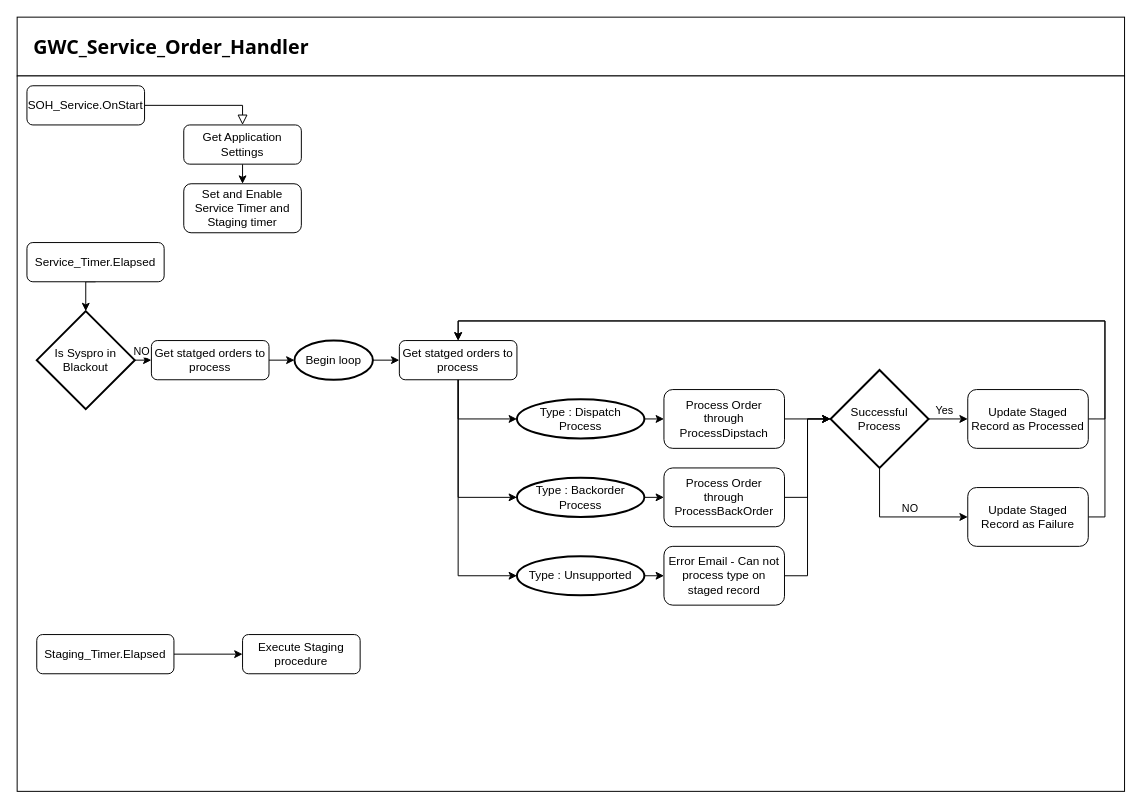
Before: page "Main Service Routine" (2 of 4) of Tickets/Normal Tickets/Ticket 32322 - SCT PO Automation/NewVersionSOHservice.drawio in DevJustinP/WIP, a draw.io diagram. Source tidied: cells renumbered, new cells numbered last; positions are measured from the earlier drawing's top-left corner, leaving out a move shared by most shapes. Both pictures are drawn from the tidied source at 98%, with x=0, y=0 at pixel (17, 17).
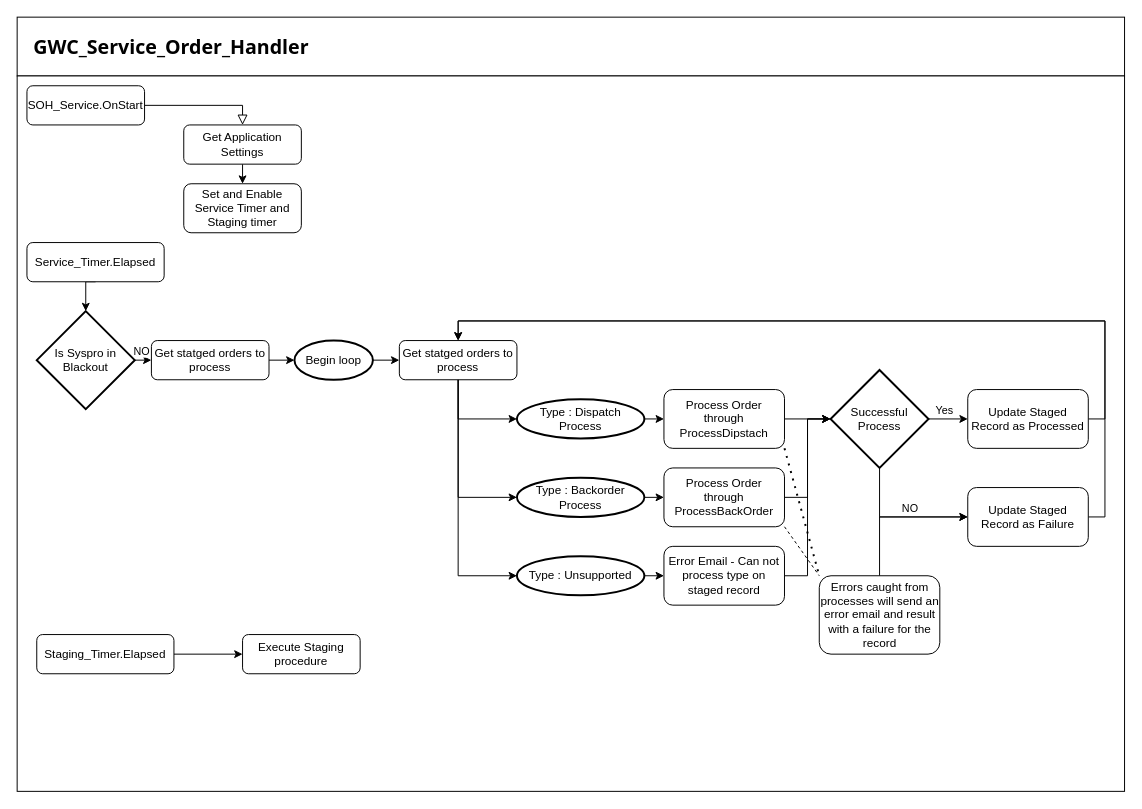
Above is the later version.

Unchanged cells that the change refers to:
```xml
<mxCell id="29" value="Process Order through ProcessDipstach" style="rounded=1;whiteSpace=wrap;html=1;fontSize=12;glass=0;strokeWidth=1;shadow=0;" parent="1" vertex="1">
  <mxGeometry x="660" y="380" width="123" height="60" as="geometry" />
</mxCell>
<mxCell id="31" value="Process Order through ProcessBackOrder" style="rounded=1;whiteSpace=wrap;html=1;fontSize=12;glass=0;strokeWidth=1;shadow=0;" parent="1" vertex="1">
  <mxGeometry x="660" y="460" width="123" height="60" as="geometry" />
</mxCell>
<mxCell id="42" value="Update Staged Record as Failure" style="rounded=1;whiteSpace=wrap;html=1;fontSize=12;glass=0;strokeWidth=1;shadow=0;" parent="1" vertex="1">
  <mxGeometry x="970" y="480" width="123" height="60" as="geometry" />
</mxCell>
```

What changed in the source:
```diff
@@
+    <mxCell id="47" style="endArrow=none;dashed=1;html=1;fontSize=20;exitX=1;exitY=1;exitDx=0;exitDy=0;entryX=0;entryY=0;entryDx=0;entryDy=0;" parent="1" edge="1" source="31" target="49">
+      <mxGeometry relative="1" as="geometry" />
+    </mxCell>
+    <mxCell id="48" style="edgeStyle=none;html=1;exitX=0.5;exitY=0;exitDx=0;exitDy=0;entryX=0;entryY=0.5;entryDx=0;entryDy=0;fontSize=20;rounded=0;" parent="1" edge="1" source="49" target="42">
+      <mxGeometry relative="1" as="geometry">
+        <Array as="points">
+          <mxPoint x="880" y="510" />
+        </Array>
+      </mxGeometry>
+    </mxCell>
+    <mxCell id="49" value="Errors caught from processes will send an error email and result with a failure for the record" style="rounded=1;whiteSpace=wrap;html=1;fontSize=12;glass=0;strokeWidth=1;shadow=0;" parent="1" vertex="1">
+      <mxGeometry x="818.5" y="570" width="123" height="80" as="geometry" />
+    </mxCell>
+    <mxCell id="50" style="endArrow=none;dashed=1;html=1;dashPattern=1 3;strokeWidth=2;fontSize=20;exitX=1;exitY=1;exitDx=0;exitDy=0;entryX=0;entryY=0;entryDx=0;entryDy=0;" parent="1" edge="1" source="29" target="49">
+      <mxGeometry relative="1" as="geometry" />
+    </mxCell>
```
